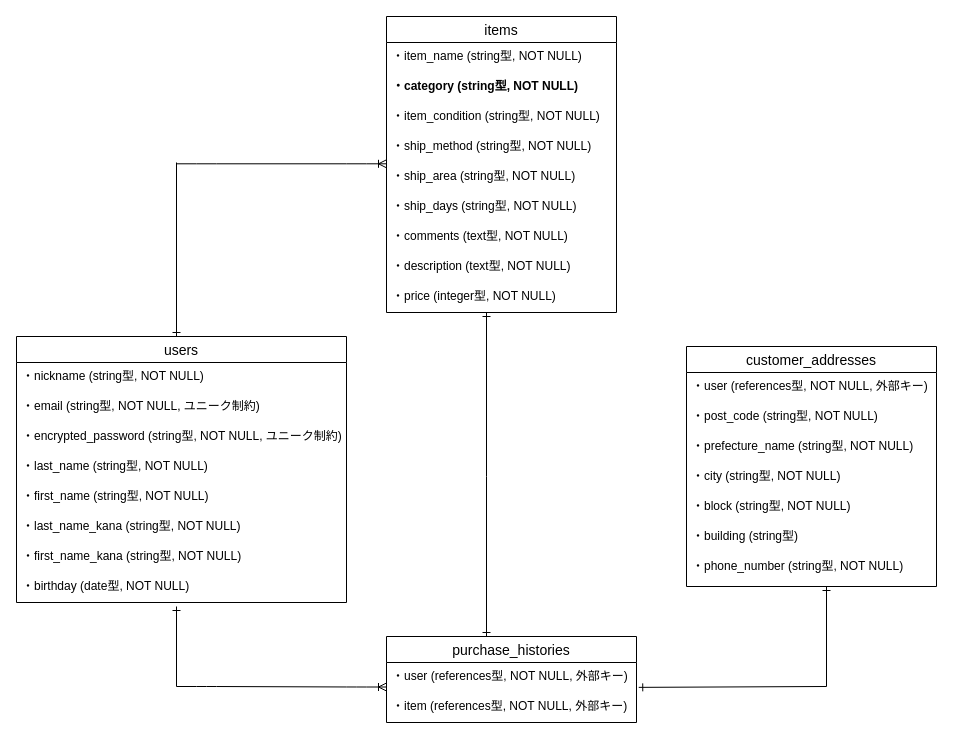
The draw.io diagram furima.dio in sin-bit0731/furima-39482, before the edit. Source tidied: cells renumbered, new cells numbered last; positions are measured from the earlier drawing's top-left corner, leaving out a move shared by most shapes. Both pictures are drawn from the tidied source at 100%, with x=0, y=0 at pixel (16, 16).
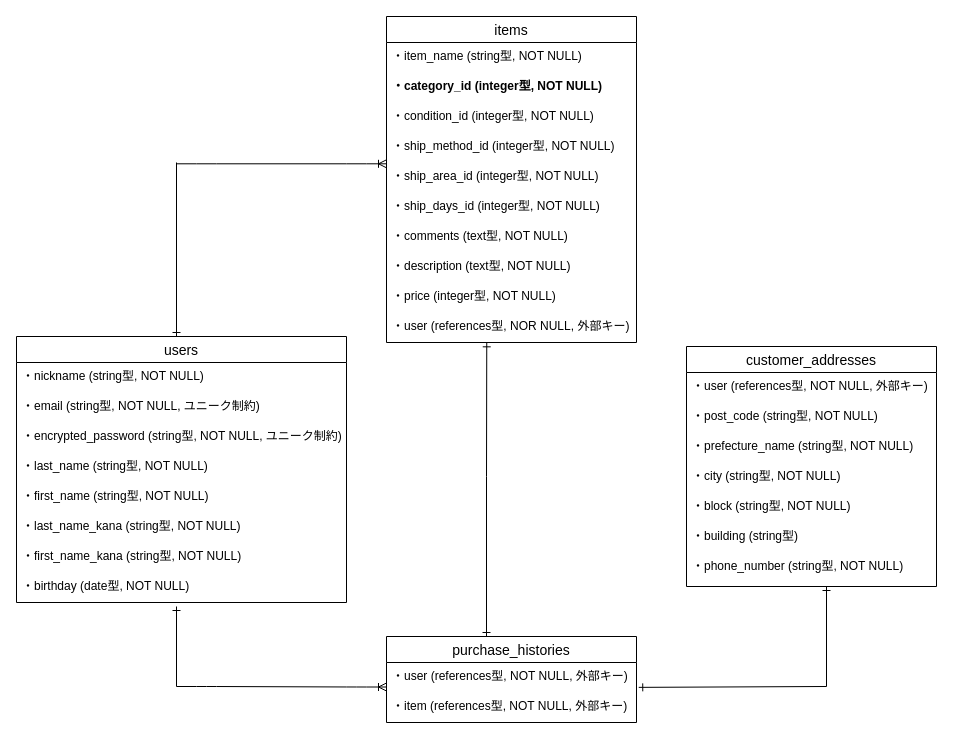
The same page after the edit.

Commit message (it also covers changes not shown here):
ER図・テーブル設計の修正2

Diff of the diagram source:
```diff
@@
     <mxCell id="12" value="items" style="swimlane;fontStyle=0;horizontal=1;startSize=26;align=center;fontSize=14;" parent="1" vertex="1">
-      <mxGeometry x="370" width="230" height="296" as="geometry" />
+      <mxGeometry x="370" width="250" height="326" as="geometry" />
     </mxCell>
     <mxCell id="13" value="・item_name (string型, NOT NULL)" style="text;strokeColor=none;fillColor=none;spacingLeft=4;spacingRight=4;overflow=hidden;fontSize=12;" parent="12" vertex="1">
-      <mxGeometry y="26" width="230" height="30" as="geometry" />
+      <mxGeometry y="26" width="250" height="30" as="geometry" />
     </mxCell>
-    <mxCell id="14" value="・category (string型, NOT NULL)" style="text;strokeColor=none;fillColor=none;spacingLeft=4;spacingRight=4;overflow=hidden;fontSize=12;fontStyle=1;" parent="12" vertex="1">
-      <mxGeometry y="56" width="230" height="30" as="geometry" />
+    <mxCell id="14" value="・category_id (integer型, NOT NULL)" style="text;strokeColor=none;fillColor=none;spacingLeft=4;spacingRight=4;overflow=hidden;fontSize=12;fontStyle=1;" parent="12" vertex="1">
+      <mxGeometry y="56" width="250" height="30" as="geometry" />
     </mxCell>
-    <mxCell id="15" value="・item_condition (string型, NOT NULL)" style="text;strokeColor=none;fillColor=none;spacingLeft=4;spacingRight=4;overflow=hidden;fontSize=12;" parent="12" vertex="1">
-      <mxGeometry y="86" width="230" height="30" as="geometry" />
+    <mxCell id="15" value="・condition_id (integer型, NOT NULL)" style="text;strokeColor=none;fillColor=none;spacingLeft=4;spacingRight=4;overflow=hidden;fontSize=12;" parent="12" vertex="1">
+      <mxGeometry y="86" width="250" height="30" as="geometry" />
     </mxCell>
-    <mxCell id="16" value="・ship_method (string型, NOT NULL)" style="text;strokeColor=none;fillColor=none;spacingLeft=4;spacingRight=4;overflow=hidden;fontSize=12;" parent="12" vertex="1">
-      <mxGeometry y="116" width="230" height="30" as="geometry" />
+    <mxCell id="16" value="・ship_method_id (integer型, NOT NULL)" style="text;strokeColor=none;fillColor=none;spacingLeft=4;spacingRight=4;overflow=hidden;fontSize=12;" parent="12" vertex="1">
+      <mxGeometry y="116" width="250" height="30" as="geometry" />
     </mxCell>
-    <mxCell id="17" value="・ship_area (string型, NOT NULL)" style="text;strokeColor=none;fillColor=none;spacingLeft=4;spacingRight=4;overflow=hidden;fontSize=12;" parent="12" vertex="1">
-      <mxGeometry y="146" width="230" height="30" as="geometry" />
+    <mxCell id="17" value="・ship_area_id (integer型, NOT NULL)" style="text;strokeColor=none;fillColor=none;spacingLeft=4;spacingRight=4;overflow=hidden;fontSize=12;" parent="12" vertex="1">
+      <mxGeometry y="146" width="250" height="30" as="geometry" />
     </mxCell>
-    <mxCell id="18" value="・ship_days (string型, NOT NULL)" style="text;strokeColor=none;fillColor=none;spacingLeft=4;spacingRight=4;overflow=hidden;fontSize=12;" parent="12" vertex="1">
-      <mxGeometry y="176" width="230" height="30" as="geometry" />
+    <mxCell id="18" value="・ship_days_id (integer型, NOT NULL)" style="text;strokeColor=none;fillColor=none;spacingLeft=4;spacingRight=4;overflow=hidden;fontSize=12;" parent="12" vertex="1">
+      <mxGeometry y="176" width="250" height="30" as="geometry" />
     </mxCell>
     <mxCell id="19" value="・comments (text型, NOT NULL)" style="text;strokeColor=none;fillColor=none;spacingLeft=4;spacingRight=4;overflow=hidden;fontSize=12;" parent="12" vertex="1">
-      <mxGeometry y="206" width="230" height="30" as="geometry" />
+      <mxGeometry y="206" width="250" height="30" as="geometry" />
     </mxCell>
     <mxCell id="20" value="・description (text型, NOT NULL)" style="text;strokeColor=none;fillColor=none;spacingLeft=4;spacingRight=4;overflow=hidden;fontSize=12;" parent="12" vertex="1">
-      <mxGeometry y="236" width="230" height="30" as="geometry" />
+      <mxGeometry y="236" width="250" height="30" as="geometry" />
     </mxCell>
     <mxCell id="21" value="・price (integer型, NOT NULL)" style="text;strokeColor=none;fillColor=none;spacingLeft=4;spacingRight=4;overflow=hidden;fontSize=12;" parent="12" vertex="1">
-      <mxGeometry y="266" width="230" height="30" as="geometry" />
+      <mxGeometry y="266" width="250" height="30" as="geometry" />
     </mxCell>
+    <mxCell id="40" value="・user (references型, NOR NULL, 外部キー)" style="text;strokeColor=none;fillColor=none;spacingLeft=4;spacingRight=4;overflow=hidden;points=[[0,0.5],[1,0.5]];portConstraint=eastwest;fontSize=12;" parent="12" vertex="1">
+      <mxGeometry y="296" width="250" height="30" as="geometry" />
+    </mxCell>
@@
-    <mxCell id="37" style="fontSize=12;html=1;endArrow=ERone;endFill=1;" parent="1" edge="1">
+    <mxCell id="37" style="fontSize=12;html=1;endArrow=ERone;endFill=1;entryX=0.401;entryY=1.011;entryDx=0;entryDy=0;entryPerimeter=0;" parent="1" edge="1" target="40">
       <mxGeometry relative="1" as="geometry">
         <mxPoint x="470" y="460" as="sourcePoint" />
-        <mxPoint x="470" y="296" as="targetPoint" />
       </mxGeometry>
     </mxCell>
```
